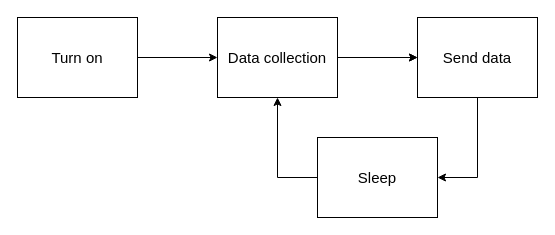
Before: Biểu đồ không có tiêu đề.drawio in K2ayzz/ForDrawIO, a draw.io diagram. Source tidied: cells renumbered, new cells numbered last; positions are measured from the earlier drawing's top-left corner, leaving out a move shared by most shapes. Both pictures are drawn from the tidied source at 100%, with x=0, y=0 at pixel (17, 17).
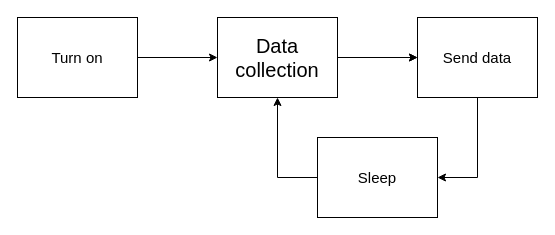
The same page after the edit.

Commit message (it also covers changes not shown here):
Cập nhật Biểu đồ không có tiêu đề.drawio

The edit, as a diff of the source:
```diff
@@
 <mxGraphModel>
   <root>
     <mxCell id="0" />
     <mxCell id="1" parent="0" />
     <mxCell id="2" style="edgeStyle=orthogonalEdgeStyle;rounded=0;jettySize=auto;html=1;" parent="1" edge="1" source="3" target="8">
       <mxGeometry relative="1" as="geometry" />
     </mxCell>
     <mxCell id="3" value="&lt;font style=&quot;font-size: 15px;&quot;&gt;Turn on&lt;/font&gt;" style="rounded=0;whiteSpace=wrap;html=1;" parent="1" vertex="1">
       <mxGeometry width="120" height="80" as="geometry" />
     </mxCell>
     <mxCell id="4" style="edgeStyle=orthogonalEdgeStyle;rounded=0;jettySize=auto;html=1;exitX=0;exitY=0.5;exitDx=0;exitDy=0;" parent="1" edge="1" source="5" target="8">
       <mxGeometry relative="1" as="geometry" />
     </mxCell>
     <mxCell id="5" value="&lt;font style=&quot;font-size: 15px;&quot;&gt;Sleep&lt;/font&gt;" style="whiteSpace=wrap;html=1;rounded=0;" parent="1" vertex="1">
       <mxGeometry x="300" y="120" width="120" height="80" as="geometry" />
     </mxCell>
     <mxCell id="6" style="edgeStyle=orthogonalEdgeStyle;rounded=0;jettySize=auto;html=1;" parent="1" edge="1" source="8" target="9">
       <mxGeometry relative="1" as="geometry">
         <Array as="points">
           <mxPoint x="470" y="40" />
         </Array>
       </mxGeometry>
     </mxCell>
     <mxCell id="7" style="edgeStyle=orthogonalEdgeStyle;rounded=0;jettySize=auto;html=1;" parent="1" edge="1" source="8" target="9">
       <mxGeometry relative="1" as="geometry" />
     </mxCell>
-    <mxCell id="8" value="&lt;font style=&quot;font-size: 15px;&quot;&gt;Data collection&lt;/font&gt;" style="whiteSpace=wrap;html=1;rounded=0;" parent="1" vertex="1">
+    <mxCell id="8" value="&lt;font style=&quot;font-size: 20px;&quot;&gt;Data collection&lt;/font&gt;" style="whiteSpace=wrap;html=1;rounded=0;" parent="1" vertex="1">
       <mxGeometry x="200" width="120" height="80" as="geometry" />
     </mxCell>
     <mxCell id="9" value="&lt;span style=&quot;font-size: 15px;&quot;&gt;Send data&lt;/span&gt;" style="whiteSpace=wrap;html=1;rounded=0;" parent="1" vertex="1">
       <mxGeometry x="400" width="120" height="80" as="geometry" />
     </mxCell>
     <mxCell id="10" style="edgeStyle=orthogonalEdgeStyle;rounded=0;jettySize=auto;html=1;entryX=1;entryY=0.5;entryDx=0;entryDy=0;exitX=0.5;exitY=1;exitDx=0;exitDy=0;" parent="1" edge="1" source="9" target="5">
       <mxGeometry relative="1" as="geometry">
         <Array as="points">
           <mxPoint x="460" y="160" />
         </Array>
       </mxGeometry>
     </mxCell>
   </root>
 </mxGraphModel>
```
